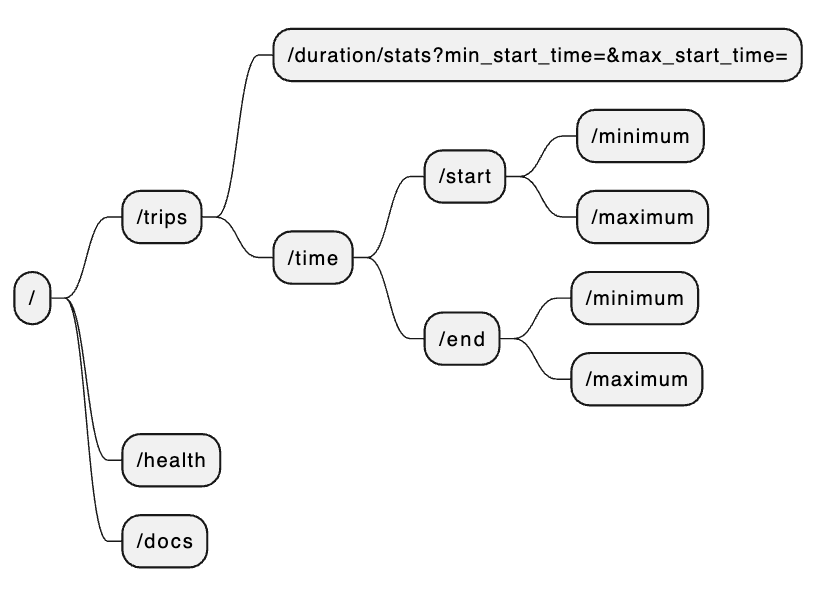
This is docs/img/routes.png from Monitoring-Mtl/Bixi-Api, a PlantUML export, as it was before one commit. Its source is kept beside it as docs/puml/routes.puml.
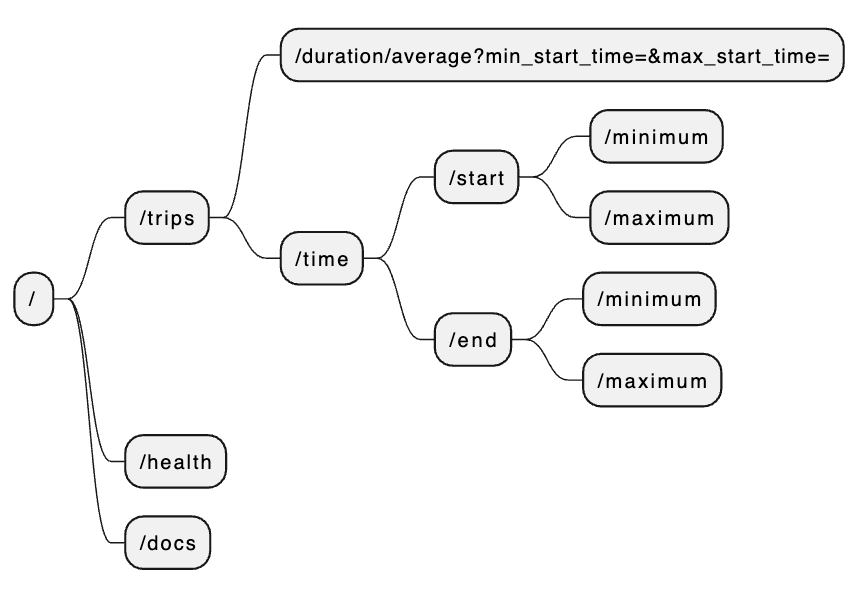
Above is the later version.

Diff of the diagram source:
```diff
@@ -1,7 +1,7 @@
 @startmindmap routes
 * /
 ** /trips
-*** /duration/stats?min_start_time=&max_start_time=
+*** /duration/average?min_start_time=&max_start_time=
 *** /time
 **** /start
 ***** /minimum
```
